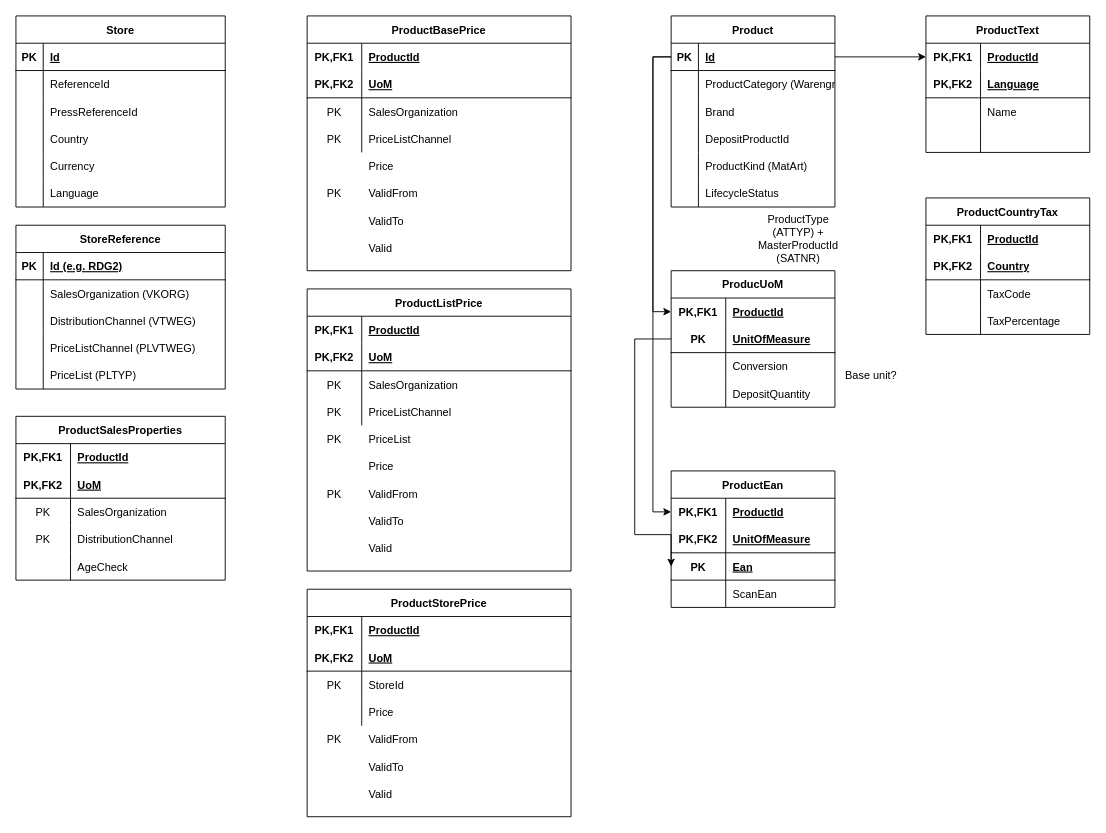
Earlier version of the draw.io diagram Untitled Diagram.drawio (Ermaconomist/M2G-ERM). Source tidied: cells renumbered, new cells numbered last; positions are measured from the earlier drawing's top-left corner, leaving out a move shared by most shapes. Both pictures are drawn from the tidied source at 91%, with x=0, y=0 at pixel (15, 15).
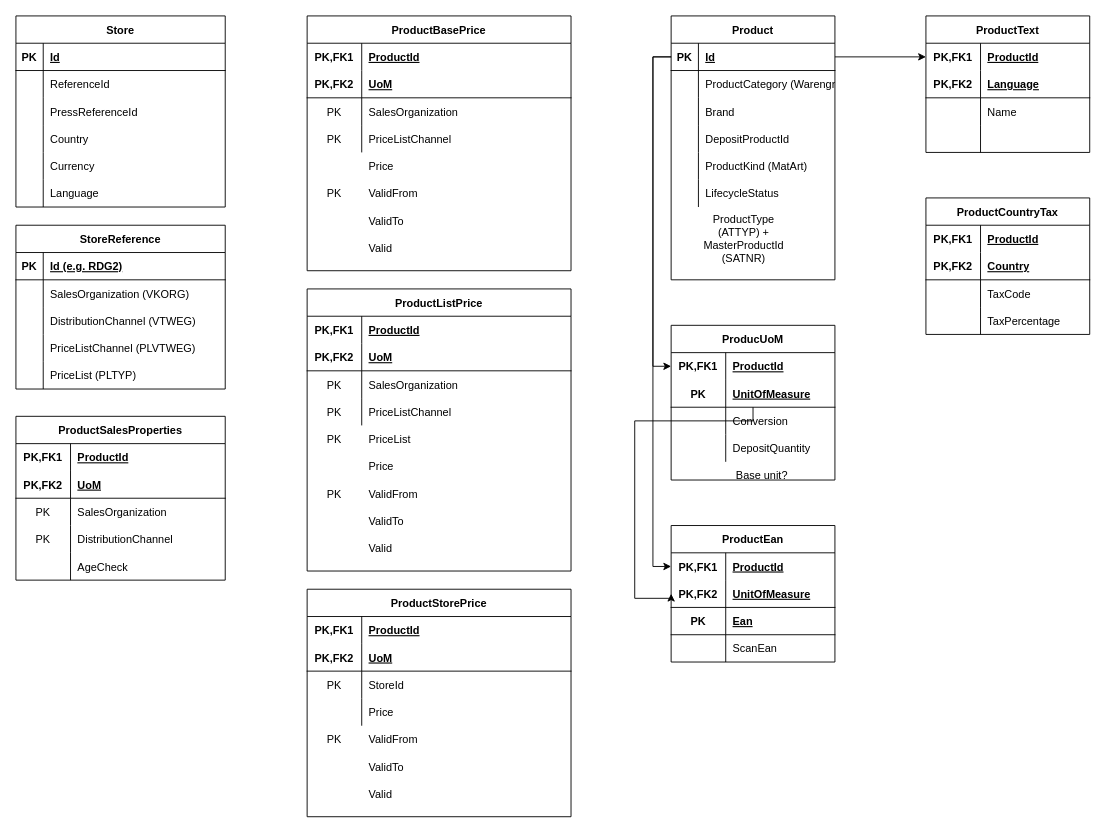
After the change.

The change refers to these unchanged cells:
```xml
<mxCell id="123" style="shape=tableRow;horizontal=0;startSize=0;swimlaneHead=0;swimlaneBody=0;fillColor=none;points=[[0,0.5],[1,0.5]];portConstraint=eastwest;top=0;left=0;right=0;bottom=1;" parent="119" vertex="1">
  <mxGeometry y="60" width="180" height="30" as="geometry" />
</mxCell>
<mxCell id="136" style="shape=tableRow;horizontal=0;startSize=0;swimlaneHead=0;swimlaneBody=0;fillColor=none;points=[[0,0.5],[1,0.5]];portConstraint=eastwest;top=0;left=0;right=0;bottom=1;" parent="132" vertex="1">
  <mxGeometry y="60" width="180" height="30" as="geometry" />
</mxCell>
<mxCell id="139" style="shape=tableRow;horizontal=0;startSize=0;swimlaneHead=0;swimlaneBody=0;fillColor=none;points=[[0,0.5],[1,0.5]];portConstraint=eastwest;top=0;left=0;right=0;bottom=1;" parent="132" vertex="1">
  <mxGeometry y="90" width="180" height="30" as="geometry" />
</mxCell>
```

The edit, as a diff of the source:
```diff
@@
     <mxCell id="87" value="Product" style="shape=table;startSize=30;childLayout=tableLayout;rowLines=0;fontStyle=1;align=center;" parent="1" vertex="1">
-      <mxGeometry x="720" width="180" height="210" as="geometry" />
+      <mxGeometry x="720" width="180" height="290" as="geometry" />
     </mxCell>
@@
     <mxCell id="119" value="ProducUoM" style="shape=table;startSize=30;childLayout=tableLayout;rowLines=0;fontStyle=1;align=center;" parent="1" vertex="1">
-      <mxGeometry x="720" y="280" width="180" height="150" as="geometry" />
+      <mxGeometry x="720" y="340" width="180" height="170" as="geometry" />
     </mxCell>
@@
     <mxCell id="132" value="ProductEan" style="shape=table;startSize=30;childLayout=tableLayout;rowLines=0;fontStyle=1;align=center;" parent="1" vertex="1">
-      <mxGeometry x="720" y="500" width="180" height="150" as="geometry" />
+      <mxGeometry x="720" y="560" width="180" height="150" as="geometry" />
     </mxCell>
@@
-    <mxCell id="147" style="edgeStyle=orthogonalEdgeStyle;rounded=0;jettySize=auto;html=1;entryX=0;entryY=0.5;entryDx=0;entryDy=0;" parent="1" edge="1" source="123" target="139">
+    <mxCell id="147" style="edgeStyle=orthogonalEdgeStyle;rounded=0;jettySize=auto;html=1;entryX=0;entryY=0.5;entryDx=0;entryDy=0;" parent="1" edge="1" source="123" target="136">
       <mxGeometry relative="1" as="geometry">
         <Array as="points">
-          <mxPoint x="680" y="355" />
-          <mxPoint x="680" y="570" />
-          <mxPoint x="720" y="570" />
+          <mxPoint x="680" y="445" />
+          <mxPoint x="680" y="640" />
+          <mxPoint x="720" y="640" />
         </Array>
       </mxGeometry>
     </mxCell>
@@
     <mxCell id="189" value="Base unit?" style="text;html=1;strokeColor=none;fillColor=none;align=center;verticalAlign=middle;whiteSpace=wrap;rounded=0;" parent="1" vertex="1">
-      <mxGeometry x="910" y="380" width="60" height="30" as="geometry" />
+      <mxGeometry x="790" y="490" width="60" height="30" as="geometry" />
     </mxCell>
     <mxCell id="190" value="ProductType (ATTYP) + MasterProductId (SATNR)" style="text;html=1;strokeColor=none;fillColor=none;align=center;verticalAlign=middle;whiteSpace=wrap;rounded=0;" parent="1" vertex="1">
-      <mxGeometry x="830" y="230" width="60" height="30" as="geometry" />
+      <mxGeometry x="770" y="230" width="60" height="30" as="geometry" />
     </mxCell>
```
